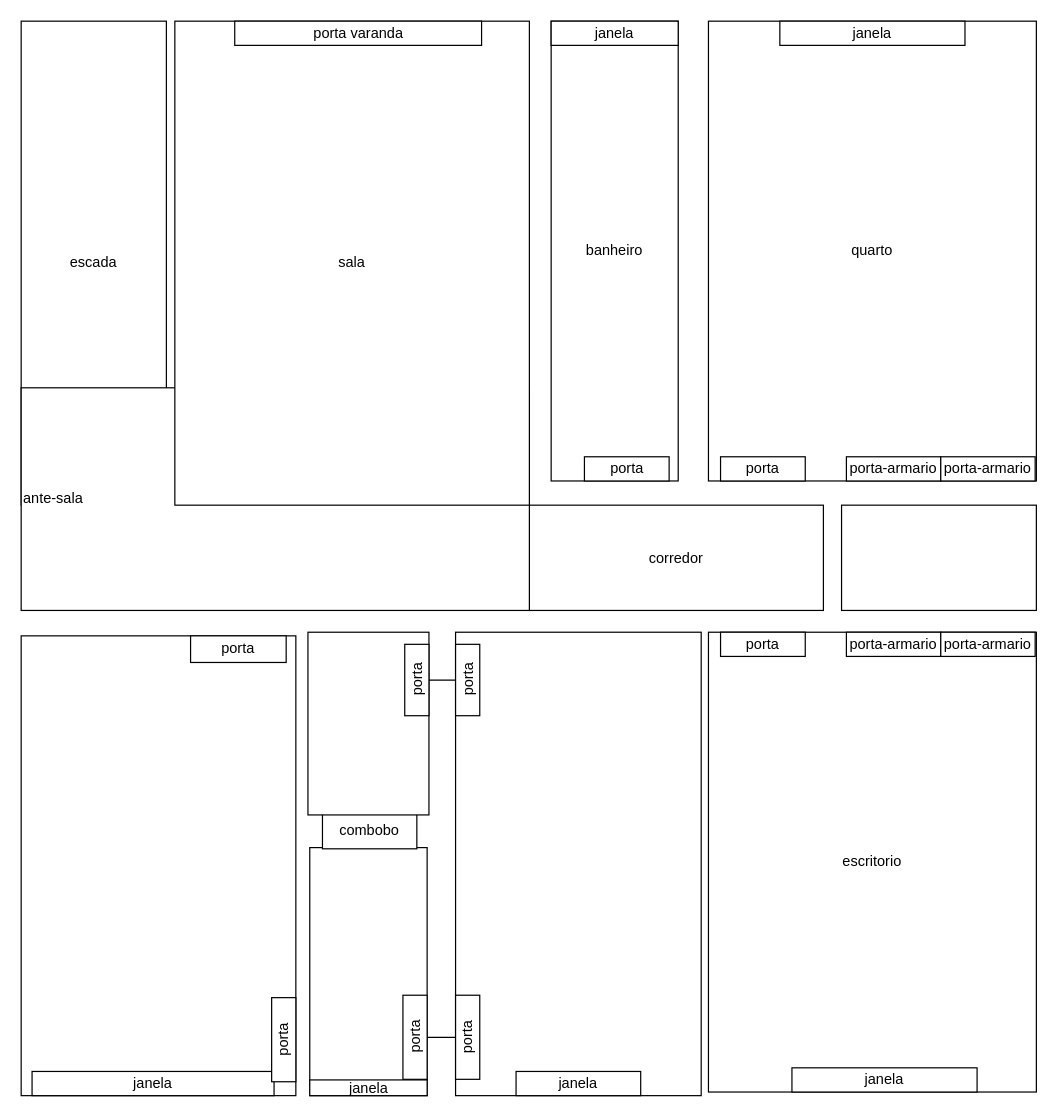
Above: diagrama-casa.drawio in oxechicao/drawio-files (draw.io), before the change. Source tidied: cells renumbered, new cells numbered last; positions are measured from the earlier drawing's top-left corner, leaving out a move shared by most shapes. Both pictures are drawn from the tidied source at 121%, with x=0, y=0 at pixel (21, 21).
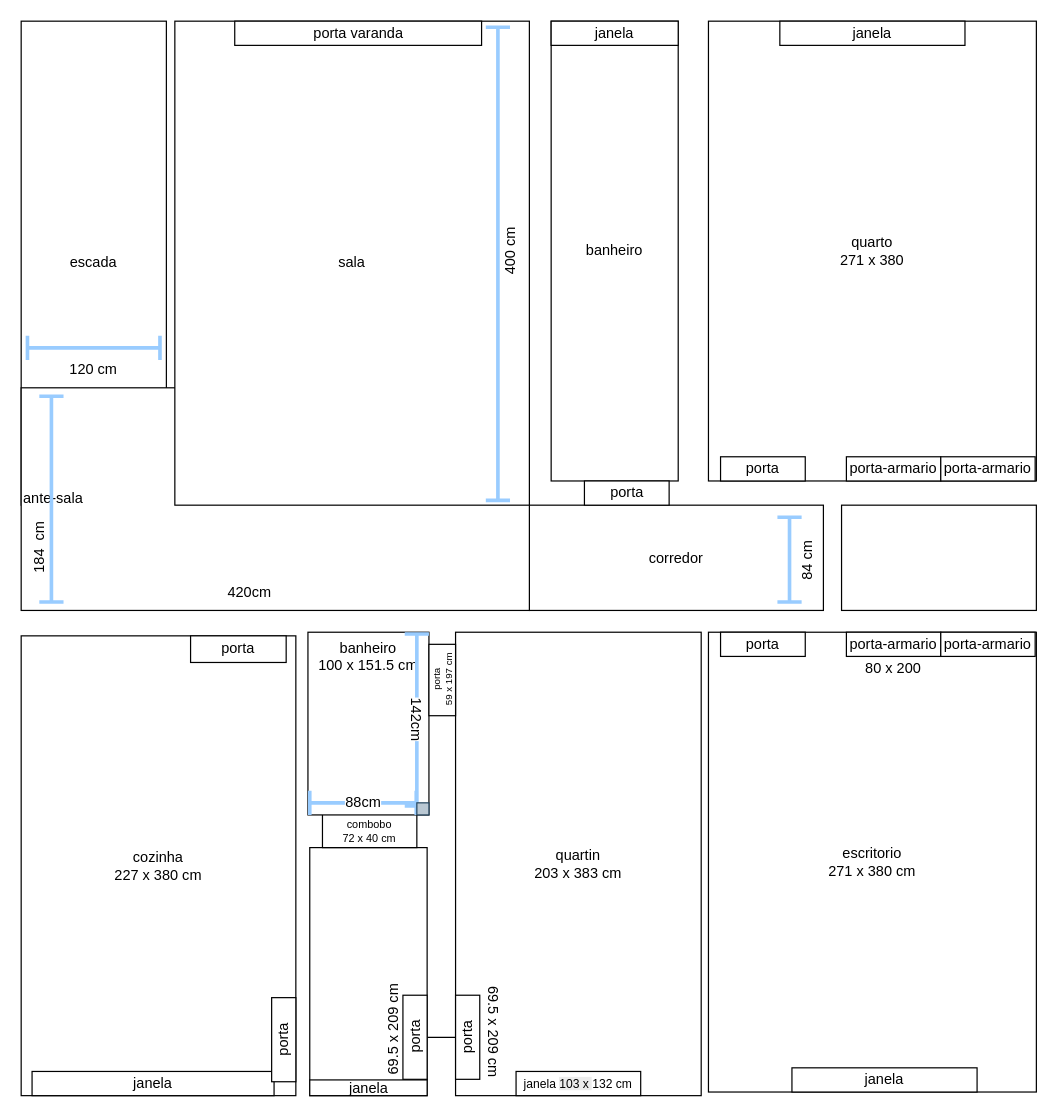
After the change.

Unchanged cells that the change refers to:
```xml
<mxCell id="8" style="group;" parent="1" vertex="1">
  <mxGeometry x="568" y="505" width="271" height="380" as="geometry" />
</mxCell>
<mxCell id="35" style="group;" parent="1" vertex="1">
  <mxGeometry x="132" width="293" height="400" as="geometry" />
</mxCell>
<mxCell id="38" style="group;" parent="1" vertex="1">
  <mxGeometry x="568" width="271" height="380" as="geometry" />
</mxCell>
```

Change to the diagram source:
```diff
@@
-    <mxCell id="4" style="group;" parent="1" vertex="1">
-      <mxGeometry x="438" width="105" height="380" as="geometry" />
-    </mxCell>
-    <mxCell id="5" value="banheiro" style="rounded=0;whiteSpace=wrap;html=1;" parent="4" vertex="1">
-      <mxGeometry width="105" height="380" as="geometry" />
-    </mxCell>
-    <mxCell id="6" value="janela" style="rounded=0;whiteSpace=wrap;html=1;" parent="4" vertex="1">
-      <mxGeometry width="105" height="20" as="geometry" />
-    </mxCell>
-    <mxCell id="7" value="porta" style="rounded=0;whiteSpace=wrap;html=1;" parent="4" vertex="1">
-      <mxGeometry x="27.5" y="360" width="70" height="20" as="geometry" />
-    </mxCell>
@@
-    <mxCell id="9" value="escritorio" style="rounded=0;whiteSpace=wrap;html=1;" parent="8" vertex="1">
+    <mxCell id="9" value="escritorio&lt;div&gt;271 x 380 cm&lt;/div&gt;" style="rounded=0;whiteSpace=wrap;html=1;" parent="8" vertex="1">
       <mxGeometry width="271" height="380" as="geometry" />
     </mxCell>
@@
-    <mxCell id="14" style="edgeStyle=orthogonalEdgeStyle;rounded=0;jettySize=auto;html=1;endArrow=none;endFill=0;" parent="1" edge="1" source="23" target="27">
-      <mxGeometry relative="1" as="geometry" />
-    </mxCell>
+    <mxCell id="44" value="80 x 200" style="text;html=1;align=center;verticalAlign=middle;whiteSpace=wrap;rounded=0;" parent="8" vertex="1">
+      <mxGeometry x="123" y="20" width="60" height="20" as="geometry" />
+    </mxCell>
@@
-    <mxCell id="16" style="group;" parent="1" vertex="1">
-      <mxGeometry x="237" y="505" width="100" height="383" as="geometry" />
+    <mxCell id="16" style="group;verticalAlign=top;" parent="1" vertex="1">
+      <mxGeometry x="237" y="505" width="165" height="383" as="geometry" />
     </mxCell>
@@
-    <mxCell id="19" value="combobo" style="rounded=0;whiteSpace=wrap;html=1;" parent="16" vertex="1">
-      <mxGeometry x="12" y="149" width="78" height="30" as="geometry" />
+    <mxCell id="19" value="&lt;font style=&quot;font-size: 9px;&quot;&gt;combobo&lt;/font&gt;&lt;div&gt;&lt;font style=&quot;font-size: 9px;&quot;&gt;72 x 40 cm&lt;/font&gt;&lt;/div&gt;" style="rounded=0;whiteSpace=wrap;html=1;fontSize=10;" parent="16" vertex="1">
+      <mxGeometry x="12" y="149" width="78" height="29" as="geometry" />
     </mxCell>
@@
     <mxCell id="21" style="group;" parent="16" vertex="1">
-      <mxGeometry width="100" height="151" as="geometry" />
+      <mxGeometry width="165" height="151" as="geometry" />
     </mxCell>
-    <mxCell id="22" style="rounded=0;whiteSpace=wrap;html=1;" parent="21" vertex="1">
+    <mxCell id="22" value="banheiro&lt;div&gt;100 x 151.5 cm&lt;/div&gt;" style="rounded=0;whiteSpace=wrap;html=1;verticalAlign=top;" parent="21" vertex="1">
       <mxGeometry width="100" height="151" as="geometry" />
     </mxCell>
-    <mxCell id="23" value="porta" style="rounded=0;whiteSpace=wrap;html=1;horizontal=0;" parent="21" vertex="1">
-      <mxGeometry x="80" y="10" width="20" height="59" as="geometry" />
-    </mxCell>
+    <mxCell id="45" value="&lt;span style=&quot;background-color: light-dark(#ffffff, var(--ge-dark-color, #121212));&quot;&gt;88cm&lt;/span&gt;" style="shape=crossbar;whiteSpace=wrap;html=1;rounded=1;rotation=0;shadow=0;strokeWidth=3;strokeColor=#99CCFF;horizontal=1;" parent="21" vertex="1">
+      <mxGeometry x="1.5" y="131" width="88" height="20" as="geometry" />
+    </mxCell>
+    <mxCell id="46" value="&lt;span style=&quot;background-color: light-dark(#ffffff, var(--ge-dark-color, #121212));&quot;&gt;142cm&lt;/span&gt;" style="shape=crossbar;whiteSpace=wrap;html=1;rounded=1;rotation=90;shadow=0;strokeWidth=3;strokeColor=#99CCFF;horizontal=1;" parent="21" vertex="1">
+      <mxGeometry x="19" y="62.5" width="142" height="20" as="geometry" />
+    </mxCell>
+    <mxCell id="47" style="rounded=0;whiteSpace=wrap;html=1;fillColor=#bac8d3;strokeColor=#23445d;" parent="21" vertex="1">
+      <mxGeometry x="90" y="141" width="10" height="10" as="geometry" />
+    </mxCell>
-    <mxCell id="24" style="group;" parent="1" vertex="1">
+    <mxCell id="24" style="group;fontSize=9;" parent="1" vertex="1">
       <mxGeometry x="359" y="505" width="203" height="383" as="geometry" />
     </mxCell>
-    <mxCell id="25" style="rounded=0;whiteSpace=wrap;html=1;" parent="24" vertex="1">
+    <mxCell id="25" value="quartin&lt;div&gt;203 x 383 cm&lt;/div&gt;" style="rounded=0;whiteSpace=wrap;html=1;" parent="24" vertex="1">
       <mxGeometry width="203" height="383" as="geometry" />
     </mxCell>
-    <mxCell id="26" value="janela" style="rounded=0;whiteSpace=wrap;html=1;" parent="24" vertex="1">
+    <mxCell id="26" value="&lt;font style=&quot;font-size: 10px;&quot;&gt;janela&amp;nbsp;&lt;span style=&quot;color: rgb(0, 0, 0); text-wrap-mode: nowrap; background-color: rgb(236, 236, 236); float: none; display: inline !important;&quot;&gt;103 x&amp;nbsp;&lt;/span&gt;&lt;span style=&quot;color: light-dark(rgb(0, 0, 0), rgb(255, 255, 255)); text-wrap-mode: nowrap; background-color: transparent;&quot;&gt;132 cm&lt;/span&gt;&lt;/font&gt;" style="rounded=0;whiteSpace=wrap;html=1;" parent="24" vertex="1">
       <mxGeometry x="50" y="363" width="103" height="20" as="geometry" />
     </mxCell>
-    <mxCell id="27" value="porta" style="rounded=0;whiteSpace=wrap;html=1;horizontal=0;" parent="24" vertex="1">
-      <mxGeometry y="10" width="20" height="59" as="geometry" />
-    </mxCell>
@@
+    <mxCell id="48" value="69.5 x 209 cm" style="text;html=1;align=center;verticalAlign=middle;strokeColor=none;fillColor=none;horizontal=0;rotation=-180;" parent="24" vertex="1">
+      <mxGeometry x="-19" y="315" width="100" height="30" as="geometry" />
+    </mxCell>
@@
-    <mxCell id="30" style="rounded=0;whiteSpace=wrap;html=1;" parent="1" vertex="1">
+    <mxCell id="30" value="cozinha&lt;div&gt;227 x 380 cm&lt;/div&gt;" style="rounded=0;whiteSpace=wrap;html=1;" parent="1" vertex="1">
       <mxGeometry y="508" width="227" height="380" as="geometry" />
     </mxCell>
@@
+    <mxCell id="49" value="400 cm" style="text;html=1;align=center;verticalAlign=middle;whiteSpace=wrap;rounded=0;horizontal=0;" parent="35" vertex="1">
+      <mxGeometry x="258" y="150" width="30" height="80" as="geometry" />
+    </mxCell>
@@
-    <mxCell id="39" value="quarto" style="rounded=0;whiteSpace=wrap;html=1;" parent="38" vertex="1">
+    <mxCell id="39" value="quarto&lt;div&gt;271 x 380&lt;/div&gt;" style="rounded=0;whiteSpace=wrap;html=1;" parent="38" vertex="1">
       <mxGeometry width="271" height="380" as="geometry" />
     </mxCell>
@@
+    <mxCell id="50" value="120 cm" style="text;html=1;align=center;verticalAlign=middle;whiteSpace=wrap;rounded=0;" parent="1" vertex="1">
+      <mxGeometry x="30" y="273" width="60" height="30" as="geometry" />
+    </mxCell>
+    <mxCell id="51" value="420cm" style="text;html=1;align=center;verticalAlign=middle;whiteSpace=wrap;rounded=0;" parent="1" vertex="1">
+      <mxGeometry x="159" y="457" width="60" height="30" as="geometry" />
+    </mxCell>
+    <mxCell id="52" value="184&amp;nbsp;&amp;nbsp;&lt;span style=&quot;background-color: transparent; color: light-dark(rgb(0, 0, 0), rgb(255, 255, 255));&quot;&gt;cm&lt;/span&gt;" style="text;html=1;align=center;verticalAlign=middle;whiteSpace=wrap;rounded=0;horizontal=0;" parent="1" vertex="1">
+      <mxGeometry y="400" width="30" height="70" as="geometry" />
+    </mxCell>
+    <mxCell id="53" value="84 cm" style="text;html=1;align=center;verticalAlign=middle;whiteSpace=wrap;rounded=0;horizontal=0;" parent="1" vertex="1">
+      <mxGeometry x="636" y="421.5" width="27" height="48.5" as="geometry" />
+    </mxCell>
+    <mxCell id="54" value="&lt;span style=&quot;color: rgb(0, 0, 0); font-family: Helvetica; font-size: 12px; font-style: normal; font-variant-ligatures: normal; font-variant-caps: normal; font-weight: 400; letter-spacing: normal; orphans: 2; text-align: center; text-indent: 0px; text-transform: none; widows: 2; word-spacing: 0px; -webkit-text-stroke-width: 0px; white-space: nowrap; text-decoration-thickness: initial; text-decoration-style: initial; text-decoration-color: initial; float: none; display: inline !important;&quot;&gt;69.5 x 209 cm&lt;/span&gt;" style="text;whiteSpace=wrap;html=1;rotation=-90;" parent="1" vertex="1">
+      <mxGeometry x="274" y="813" width="80" height="40" as="geometry" />
+    </mxCell>
+    <mxCell id="55" style="shape=crossbar;whiteSpace=wrap;html=1;rounded=1;rotation=90;shadow=0;strokeWidth=3;strokeColor=#99CCFF;" parent="1" vertex="1">
+      <mxGeometry x="-60" y="385" width="170" height="20" as="geometry" />
+    </mxCell>
+    <mxCell id="56" style="shape=crossbar;whiteSpace=wrap;html=1;rounded=1;rotation=90;shadow=0;strokeWidth=3;strokeColor=#99CCFF;" parent="1" vertex="1">
+      <mxGeometry x="600" y="435" width="70" height="20" as="geometry" />
+    </mxCell>
+    <mxCell id="57" style="shape=crossbar;whiteSpace=wrap;html=1;rounded=1;rotation=90;shadow=0;strokeWidth=3;strokeColor=#99CCFF;" parent="1" vertex="1">
+      <mxGeometry x="198.5" y="190.5" width="391" height="20" as="geometry" />
+    </mxCell>
+    <mxCell id="58" style="shape=crossbar;whiteSpace=wrap;html=1;rounded=1;rotation=-180;shadow=0;strokeWidth=3;strokeColor=#99CCFF;" parent="1" vertex="1">
+      <mxGeometry x="5.2" y="260" width="109.5" height="20" as="geometry" />
+    </mxCell>
+    <mxCell id="59" style="group;" parent="1" vertex="1">
+      <mxGeometry x="438" width="105" height="400" as="geometry" />
+    </mxCell>
+    <mxCell id="5" value="banheiro" style="rounded=0;whiteSpace=wrap;html=1;" parent="59" vertex="1">
+      <mxGeometry width="105" height="380" as="geometry" />
+    </mxCell>
+    <mxCell id="6" value="janela" style="rounded=0;whiteSpace=wrap;html=1;" parent="59" vertex="1">
+      <mxGeometry width="105" height="20" as="geometry" />
+    </mxCell>
+    <mxCell id="7" value="porta" style="rounded=0;whiteSpace=wrap;html=1;" parent="59" vertex="1">
+      <mxGeometry x="27.5" y="380" width="70" height="20" as="geometry" />
+    </mxCell>
+    <mxCell id="27" value="porta&lt;div&gt;&lt;span style=&quot;text-wrap-mode: nowrap;&quot;&gt;59 x 197 cm&lt;/span&gt;&lt;/div&gt;" style="rounded=0;whiteSpace=wrap;html=1;horizontal=0;fontSize=8;" parent="1" vertex="1">
+      <mxGeometry x="337" y="515" width="22" height="59" as="geometry" />
+    </mxCell>
```
